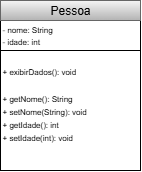
Earlier version of the draw.io export Ex04_Icaro.png (icaro-lauria/POO-atividade-avaliativa-1.4). Source tidied: cells renumbered, new cells last; positions are measured from the earlier drawing's top-left corner, leaving out a move shared by most shapes. Source of this version:
```xml
<mxGraphModel>
  <root>
    <mxCell id="0" />
    <mxCell id="1" parent="0" />
    <mxCell id="2" value="&lt;div style=&quot;line-height: 140%;&quot;&gt;- nome: String&lt;div&gt;- idade: int&lt;/div&gt;&lt;/div&gt;" style="rounded=0;whiteSpace=wrap;html=1;align=left;fontSize=8;" parent="1" vertex="1">
      <mxGeometry y="20" width="140" height="30" as="geometry" />
    </mxCell>
    <mxCell id="3" value="&lt;div style=&quot;line-height: 110%;&quot;&gt;&lt;font style=&quot;font-size: 8px; line-height: 110%;&quot;&gt;+ exibirDados(): void&lt;/font&gt;&lt;/div&gt;&lt;div style=&quot;line-height: 110%;&quot;&gt;&lt;font style=&quot;font-size: 8px; line-height: 110%;&quot;&gt;&lt;br&gt;&lt;/font&gt;&lt;/div&gt;&lt;div style=&quot;line-height: 110%;&quot;&gt;&lt;font style=&quot;font-size: 8px; line-height: 110%;&quot;&gt;+ getNome(): String&lt;/font&gt;&lt;div&gt;&lt;font style=&quot;font-size: 8px; line-height: 110%;&quot;&gt;+ setNome(String): void&lt;/font&gt;&lt;/div&gt;&lt;div&gt;&lt;font style=&quot;font-size: 8px; line-height: 110%;&quot;&gt;+ getIdade(): int&lt;/font&gt;&lt;/div&gt;&lt;div&gt;&lt;font style=&quot;font-size: 8px; line-height: 110%;&quot;&gt;+ setIdade(int): void&lt;/font&gt;&lt;/div&gt;&lt;div&gt;&lt;br&gt;&lt;/div&gt;&lt;/div&gt;" style="rounded=0;whiteSpace=wrap;html=1;align=left;" parent="1" vertex="1">
      <mxGeometry y="50" width="140" height="120" as="geometry" />
    </mxCell>
    <mxCell id="4" value="Pessoa" style="rounded=0;whiteSpace=wrap;html=1;fillColor=#f5f5f5;gradientColor=#b3b3b3;strokeColor=#666666;" parent="1" vertex="1">
      <mxGeometry width="140" height="20" as="geometry" />
    </mxCell>
  </root>
</mxGraphModel>
```
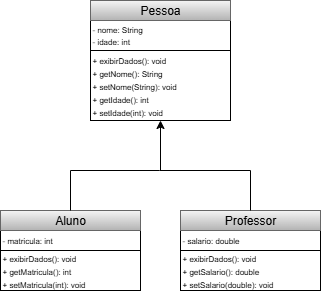
Later version of the same file.

Change to the diagram source:
```diff
@@ -5,11 +5,52 @@
     <mxCell id="2" value="&lt;div style=&quot;line-height: 140%;&quot;&gt;- nome: String&lt;div&gt;- idade: int&lt;/div&gt;&lt;/div&gt;" style="rounded=0;whiteSpace=wrap;html=1;align=left;fontSize=8;" parent="1" vertex="1">
       <mxGeometry y="20" width="140" height="30" as="geometry" />
     </mxCell>
-    <mxCell id="3" value="&lt;div style=&quot;line-height: 110%;&quot;&gt;&lt;font style=&quot;font-size: 8px; line-height: 110%;&quot;&gt;+ exibirDados(): void&lt;/font&gt;&lt;/div&gt;&lt;div style=&quot;line-height: 110%;&quot;&gt;&lt;font style=&quot;font-size: 8px; line-height: 110%;&quot;&gt;&lt;br&gt;&lt;/font&gt;&lt;/div&gt;&lt;div style=&quot;line-height: 110%;&quot;&gt;&lt;font style=&quot;font-size: 8px; line-height: 110%;&quot;&gt;+ getNome(): String&lt;/font&gt;&lt;div&gt;&lt;font style=&quot;font-size: 8px; line-height: 110%;&quot;&gt;+ setNome(String): void&lt;/font&gt;&lt;/div&gt;&lt;div&gt;&lt;font style=&quot;font-size: 8px; line-height: 110%;&quot;&gt;+ getIdade(): int&lt;/font&gt;&lt;/div&gt;&lt;div&gt;&lt;font style=&quot;font-size: 8px; line-height: 110%;&quot;&gt;+ setIdade(int): void&lt;/font&gt;&lt;/div&gt;&lt;div&gt;&lt;br&gt;&lt;/div&gt;&lt;/div&gt;" style="rounded=0;whiteSpace=wrap;html=1;align=left;" parent="1" vertex="1">
-      <mxGeometry y="50" width="140" height="120" as="geometry" />
+    <mxCell id="3" value="&lt;div style=&quot;line-height: 110%;&quot;&gt;&lt;font style=&quot;font-size: 8px; line-height: 110%;&quot;&gt;+ exibirDados(): void&lt;/font&gt;&lt;/div&gt;&lt;div style=&quot;line-height: 110%;&quot;&gt;&lt;font style=&quot;font-size: 8px; line-height: 110%;&quot;&gt;+ getNome(): String&lt;/font&gt;&lt;div&gt;&lt;font style=&quot;font-size: 8px; line-height: 110%;&quot;&gt;+ setNome(String): void&lt;/font&gt;&lt;/div&gt;&lt;div&gt;&lt;font style=&quot;font-size: 8px; line-height: 110%;&quot;&gt;+ getIdade(): int&lt;/font&gt;&lt;/div&gt;&lt;div&gt;&lt;font style=&quot;font-size: 8px; line-height: 110%;&quot;&gt;+ setIdade(int): void&lt;/font&gt;&lt;/div&gt;&lt;/div&gt;" style="rounded=0;whiteSpace=wrap;html=1;align=left;" parent="1" vertex="1">
+      <mxGeometry y="50" width="140" height="70" as="geometry" />
     </mxCell>
     <mxCell id="4" value="Pessoa" style="rounded=0;whiteSpace=wrap;html=1;fillColor=#f5f5f5;gradientColor=#b3b3b3;strokeColor=#666666;" parent="1" vertex="1">
       <mxGeometry width="140" height="20" as="geometry" />
     </mxCell>
+    <mxCell id="5" style="edgeStyle=orthogonalEdgeStyle;rounded=0;orthogonalLoop=1;jettySize=auto;html=1;exitX=0.5;exitY=1;exitDx=0;exitDy=0;" parent="1" edge="1" source="3" target="3">
+      <mxGeometry relative="1" as="geometry" />
+    </mxCell>
+    <mxCell id="6" value="&lt;div style=&quot;line-height: 140%;&quot;&gt;- matricula: int&lt;/div&gt;" style="rounded=0;whiteSpace=wrap;html=1;align=left;fontSize=8;" parent="1" vertex="1">
+      <mxGeometry x="-90" y="230" width="140" height="20" as="geometry" />
+    </mxCell>
+    <mxCell id="7" value="&lt;div style=&quot;line-height: 110%;&quot;&gt;&lt;font style=&quot;font-size: 8px; line-height: 110%;&quot;&gt;+ exibirDados(): void&lt;/font&gt;&lt;/div&gt;&lt;div style=&quot;line-height: 110%;&quot;&gt;&lt;font style=&quot;font-size: 8px; line-height: 110%;&quot;&gt;+ getMatricula(): int&lt;/font&gt;&lt;div&gt;&lt;font style=&quot;font-size: 8px; line-height: 110%;&quot;&gt;+ setMatricula(int): void&lt;/font&gt;&lt;/div&gt;&lt;/div&gt;" style="rounded=0;whiteSpace=wrap;html=1;align=left;" parent="1" vertex="1">
+      <mxGeometry x="-90" y="250" width="140" height="40" as="geometry" />
+    </mxCell>
+    <mxCell id="8" value="Aluno" style="rounded=0;whiteSpace=wrap;html=1;fillColor=#f5f5f5;gradientColor=#b3b3b3;strokeColor=#666666;" parent="1" vertex="1">
+      <mxGeometry x="-90" y="210" width="140" height="20" as="geometry" />
+    </mxCell>
+    <mxCell id="9" style="edgeStyle=orthogonalEdgeStyle;rounded=0;orthogonalLoop=1;jettySize=auto;html=1;exitX=0.5;exitY=1;exitDx=0;exitDy=0;" parent="1" edge="1" source="7" target="7">
+      <mxGeometry relative="1" as="geometry" />
+    </mxCell>
+    <mxCell id="10" value="&lt;div style=&quot;line-height: 140%;&quot;&gt;- salario: double&lt;/div&gt;" style="rounded=0;whiteSpace=wrap;html=1;align=left;fontSize=8;" parent="1" vertex="1">
+      <mxGeometry x="90" y="230" width="140" height="20" as="geometry" />
+    </mxCell>
+    <mxCell id="11" value="&lt;div style=&quot;line-height: 110%;&quot;&gt;&lt;font style=&quot;font-size: 8px; line-height: 110%;&quot;&gt;+ exibirDados(): void&lt;/font&gt;&lt;/div&gt;&lt;div style=&quot;line-height: 110%;&quot;&gt;&lt;font style=&quot;font-size: 8px; line-height: 110%;&quot;&gt;+ getSalario(): double&lt;/font&gt;&lt;div&gt;&lt;font style=&quot;font-size: 8px; line-height: 110%;&quot;&gt;+ setSalario(double): void&lt;/font&gt;&lt;/div&gt;&lt;/div&gt;" style="rounded=0;whiteSpace=wrap;html=1;align=left;" parent="1" vertex="1">
+      <mxGeometry x="90" y="250" width="140" height="40" as="geometry" />
+    </mxCell>
+    <mxCell id="12" value="Professor" style="rounded=0;whiteSpace=wrap;html=1;fillColor=#f5f5f5;gradientColor=#b3b3b3;strokeColor=#666666;" parent="1" vertex="1">
+      <mxGeometry x="90" y="210" width="140" height="20" as="geometry" />
+    </mxCell>
+    <mxCell id="13" style="edgeStyle=orthogonalEdgeStyle;rounded=0;orthogonalLoop=1;jettySize=auto;html=1;exitX=0.5;exitY=1;exitDx=0;exitDy=0;" parent="1" edge="1" source="11" target="11">
+      <mxGeometry relative="1" as="geometry" />
+    </mxCell>
+    <mxCell id="14" style="endArrow=none;html=1;rounded=0;exitX=0.5;exitY=0;exitDx=0;exitDy=0;entryX=0.5;entryY=0;entryDx=0;entryDy=0;" parent="1" edge="1" source="12" target="8">
+      <mxGeometry relative="1" as="geometry">
+        <Array as="points">
+          <mxPoint x="160" y="170" />
+          <mxPoint x="69" y="170" />
+          <mxPoint x="-20" y="170" />
+        </Array>
+      </mxGeometry>
+    </mxCell>
+    <mxCell id="15" style="endArrow=classic;html=1;rounded=0;entryX=0.5;entryY=1;entryDx=0;entryDy=0;" parent="1" edge="1" target="3">
+      <mxGeometry relative="1" as="geometry">
+        <mxPoint x="70" y="170" as="sourcePoint" />
+      </mxGeometry>
+    </mxCell>
   </root>
 </mxGraphModel>
```
